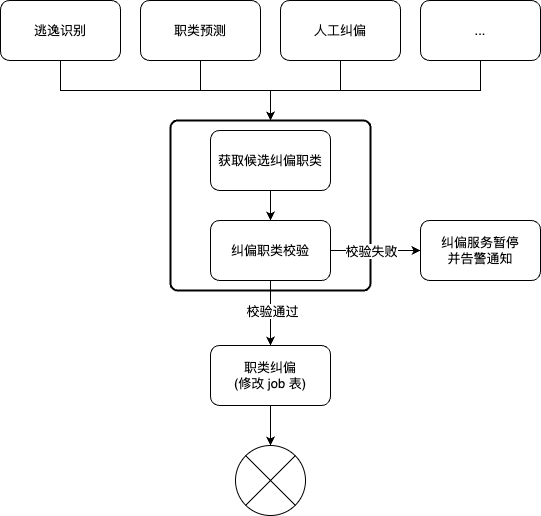
Before: work-draw-file/职类纠偏.png, a diagram exported from draw.io (liujunao/draw-data). Source tidied: cells renumbered, new cells last; positions are measured from the earlier drawing's top-left corner, leaving out a move shared by most shapes.
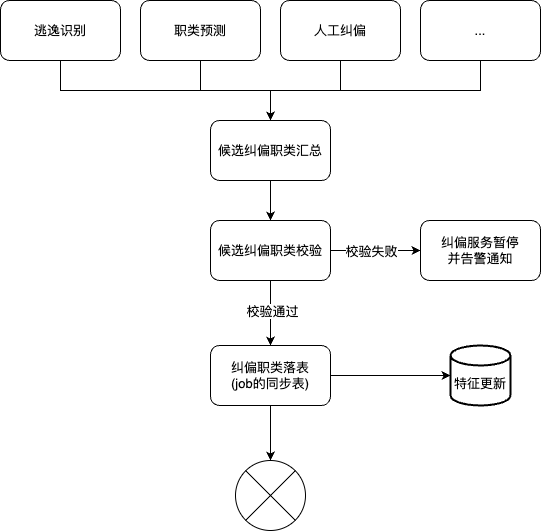
The same file after the commit.

Commit message:
更新职类纠偏.png

The edit, as a diff of the source:
```diff
@@ -2,13 +2,13 @@
   <root>
     <mxCell id="0" />
     <mxCell id="1" parent="0" />
-    <mxCell id="2" style="rounded=1;whiteSpace=wrap;html=1;absoluteArcSize=1;arcSize=14;strokeWidth=2;" parent="1" vertex="1">
-      <mxGeometry x="170" y="120" width="200" height="170" as="geometry" />
-    </mxCell>
-    <mxCell id="3" style="edgeStyle=orthogonalEdgeStyle;rounded=0;jettySize=auto;html=1;exitX=0.5;exitY=1;exitDx=0;exitDy=0;" parent="1" edge="1" source="4" target="21">
-      <mxGeometry relative="1" as="geometry" />
-    </mxCell>
+    <mxCell id="22" style="edgeStyle=orthogonalEdgeStyle;rounded=0;jettySize=auto;html=1;exitX=0.5;exitY=1;exitDx=0;exitDy=0;" parent="1" edge="1" source="4" target="28">
+      <mxGeometry relative="1" as="geometry" />
+    </mxCell>
+    <mxCell id="23" style="edgeStyle=orthogonalEdgeStyle;rounded=0;jettySize=auto;html=1;exitX=1;exitY=0.5;exitDx=0;exitDy=0;" parent="1" edge="1" source="4" target="29">
+      <mxGeometry relative="1" as="geometry" />
+    </mxCell>
-    <mxCell id="4" value="职类纠偏&lt;br&gt;(修改 job 表)" style="rounded=1;whiteSpace=wrap;html=1;" parent="1" vertex="1">
+    <mxCell id="4" value="纠偏职类落表&lt;br&gt;(job的同步表)" style="rounded=1;whiteSpace=wrap;html=1;" parent="1" vertex="1">
       <mxGeometry x="210" y="345" width="120" height="60" as="geometry" />
     </mxCell>
     <mxCell id="5" style="edgeStyle=orthogonalEdgeStyle;rounded=0;jettySize=auto;html=1;exitX=0.5;exitY=1;exitDx=0;exitDy=0;" parent="1" edge="1" source="9" target="4">
@@ -25,44 +25,47 @@
         <mxPoint x="16" as="offset" />
       </mxGeometry>
     </mxCell>
-    <mxCell id="9" value="纠偏职类校验" style="rounded=1;whiteSpace=wrap;html=1;" parent="1" vertex="1">
+    <mxCell id="9" value="候选纠偏职类校验" style="rounded=1;whiteSpace=wrap;html=1;" parent="1" vertex="1">
       <mxGeometry x="210" y="220" width="120" height="60" as="geometry" />
     </mxCell>
     <mxCell id="10" style="edgeStyle=orthogonalEdgeStyle;rounded=0;jettySize=auto;html=1;exitX=0.5;exitY=1;exitDx=0;exitDy=0;" parent="1" edge="1" source="11" target="9">
       <mxGeometry relative="1" as="geometry" />
     </mxCell>
-    <mxCell id="11" value="获取候选纠偏职类" style="rounded=1;whiteSpace=wrap;html=1;" parent="1" vertex="1">
-      <mxGeometry x="210" y="130" width="120" height="60" as="geometry" />
+    <mxCell id="11" value="候选纠偏职类汇总" style="rounded=1;whiteSpace=wrap;html=1;" parent="1" vertex="1">
+      <mxGeometry x="210" y="120" width="120" height="60" as="geometry" />
     </mxCell>
-    <mxCell id="12" style="edgeStyle=orthogonalEdgeStyle;rounded=0;jettySize=auto;html=1;exitX=0.5;exitY=1;exitDx=0;exitDy=0;" parent="1" edge="1" source="13" target="2">
-      <mxGeometry relative="1" as="geometry" />
-    </mxCell>
+    <mxCell id="24" style="edgeStyle=orthogonalEdgeStyle;rounded=0;jettySize=auto;html=1;exitX=0.5;exitY=1;exitDx=0;exitDy=0;" parent="1" edge="1" source="13" target="11">
+      <mxGeometry relative="1" as="geometry" />
+    </mxCell>
     <mxCell id="13" value="..." style="rounded=1;whiteSpace=wrap;html=1;" parent="1" vertex="1">
       <mxGeometry x="420" width="120" height="60" as="geometry" />
     </mxCell>
-    <mxCell id="14" style="edgeStyle=orthogonalEdgeStyle;rounded=0;jettySize=auto;html=1;exitX=0.5;exitY=1;exitDx=0;exitDy=0;" parent="1" edge="1" source="15" target="2">
-      <mxGeometry relative="1" as="geometry" />
-    </mxCell>
+    <mxCell id="25" style="edgeStyle=orthogonalEdgeStyle;rounded=0;jettySize=auto;html=1;exitX=0.5;exitY=1;exitDx=0;exitDy=0;entryX=0.5;entryY=0;entryDx=0;entryDy=0;" parent="1" edge="1" source="15" target="11">
+      <mxGeometry relative="1" as="geometry" />
+    </mxCell>
     <mxCell id="15" value="人工纠偏" style="rounded=1;whiteSpace=wrap;html=1;" parent="1" vertex="1">
       <mxGeometry x="280" width="120" height="60" as="geometry" />
     </mxCell>
-    <mxCell id="16" style="edgeStyle=orthogonalEdgeStyle;rounded=0;jettySize=auto;html=1;exitX=0.5;exitY=1;exitDx=0;exitDy=0;entryX=0.5;entryY=0;entryDx=0;entryDy=0;" parent="1" edge="1" source="17" target="2">
-      <mxGeometry relative="1" as="geometry" />
-    </mxCell>
+    <mxCell id="26" style="edgeStyle=orthogonalEdgeStyle;rounded=0;jettySize=auto;html=1;exitX=0.5;exitY=1;exitDx=0;exitDy=0;entryX=0.5;entryY=0;entryDx=0;entryDy=0;" parent="1" edge="1" source="17" target="11">
+      <mxGeometry relative="1" as="geometry" />
+    </mxCell>
     <mxCell id="17" value="职类预测" style="rounded=1;whiteSpace=wrap;html=1;" parent="1" vertex="1">
       <mxGeometry x="140" width="120" height="60" as="geometry" />
     </mxCell>
-    <mxCell id="18" style="edgeStyle=orthogonalEdgeStyle;rounded=0;jettySize=auto;html=1;exitX=0.5;exitY=1;exitDx=0;exitDy=0;" parent="1" edge="1" source="19" target="2">
-      <mxGeometry relative="1" as="geometry" />
-    </mxCell>
+    <mxCell id="27" style="edgeStyle=orthogonalEdgeStyle;rounded=0;jettySize=auto;html=1;exitX=0.5;exitY=1;exitDx=0;exitDy=0;" parent="1" edge="1" source="19" target="11">
+      <mxGeometry relative="1" as="geometry" />
+    </mxCell>
     <mxCell id="19" value="逃逸识别" style="rounded=1;whiteSpace=wrap;html=1;" parent="1" vertex="1">
       <mxGeometry width="120" height="60" as="geometry" />
     </mxCell>
     <mxCell id="20" value="纠偏服务暂停&lt;br&gt;并告警通知" style="rounded=1;whiteSpace=wrap;html=1;" parent="1" vertex="1">
       <mxGeometry x="420" y="220" width="120" height="60" as="geometry" />
     </mxCell>
-    <mxCell id="21" style="verticalLabelPosition=bottom;verticalAlign=top;html=1;shape=mxgraph.flowchart.or;" parent="1" vertex="1">
-      <mxGeometry x="235" y="445" width="70" height="70" as="geometry" />
-    </mxCell>
+    <mxCell id="28" style="verticalLabelPosition=bottom;verticalAlign=top;html=1;shape=mxgraph.flowchart.or;" parent="1" vertex="1">
+      <mxGeometry x="235" y="460" width="70" height="70" as="geometry" />
+    </mxCell>
+    <mxCell id="29" value="&lt;br&gt;特征更新" style="strokeWidth=2;html=1;shape=mxgraph.flowchart.database;whiteSpace=wrap;" parent="1" vertex="1">
+      <mxGeometry x="450" y="345" width="60" height="60" as="geometry" />
+    </mxCell>
   </root>
 </mxGraphModel>
```
